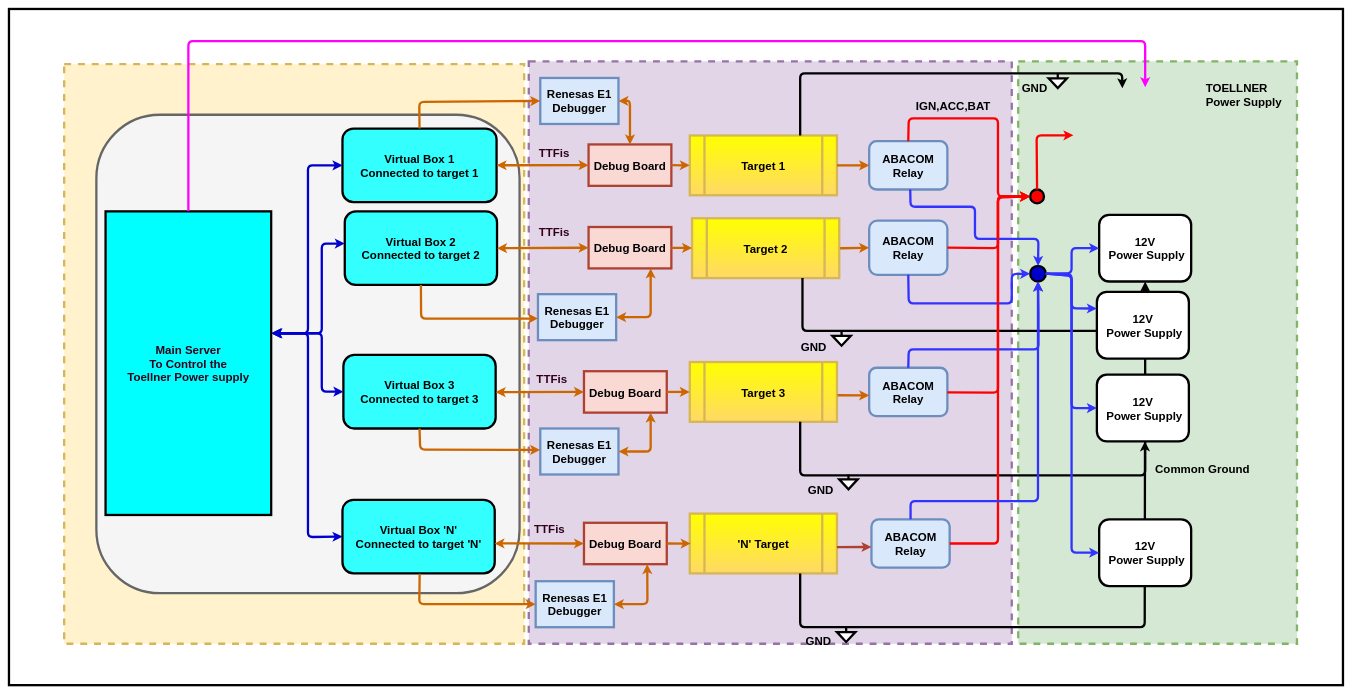
Before: Op Mul.drawio in OKISHORE/KISHORE, a draw.io diagram. Source tidied: cells renumbered, new cells numbered last; positions are measured from the earlier drawing's top-left corner, leaving out a move shared by most shapes. Both pictures are drawn from the tidied source at 46%, with x=0, y=0 at pixel (9, 9).
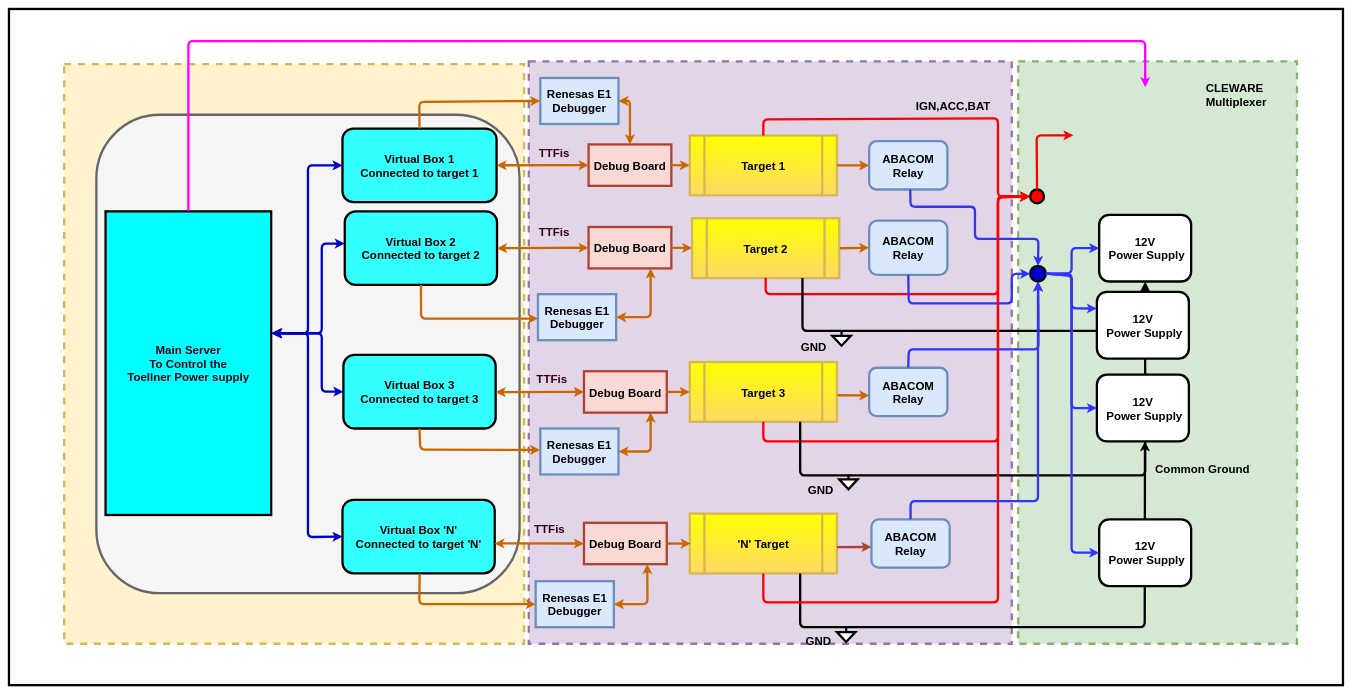
After the change.

Unchanged cells that the change refers to:
```xml
<mxCell id="9" value="&lt;font style=&quot;font-size: 25px&quot;&gt;Target 1&lt;br&gt;&lt;/font&gt;" style="shape=process;whiteSpace=wrap;html=1;backgroundOutline=1;strokeWidth=5;fontStyle=1;fillColor=#FFFF00;strokeColor=#d6b656;gradientColor=#ffd966;" parent="1" vertex="1">
  <mxGeometry x="1480" y="275" width="320" height="130" as="geometry" />
</mxCell>
<mxCell id="10" value="&lt;font style=&quot;font-size: 25px&quot;&gt;Target 2&lt;br&gt;&lt;/font&gt;" style="shape=process;whiteSpace=wrap;html=1;backgroundOutline=1;strokeWidth=5;fontStyle=1;fillColor=#FFFF00;strokeColor=#d6b656;gradientColor=#ffd966;" parent="1" vertex="1">
  <mxGeometry x="1485" y="455" width="320" height="130" as="geometry" />
</mxCell>
<mxCell id="15" value="&lt;div style=&quot;font-size: 25px&quot;&gt;&lt;font style=&quot;font-size: 25px&quot;&gt;ABACOM &lt;br&gt;&lt;/font&gt;&lt;/div&gt;&lt;div style=&quot;font-size: 25px&quot;&gt;&lt;font style=&quot;font-size: 25px&quot;&gt;Relay&lt;br&gt;&lt;/font&gt;&lt;/div&gt;" style="rounded=1;whiteSpace=wrap;html=1;strokeWidth=5;fontStyle=1;fillColor=#dae8fc;strokeColor=#6c8ebf;" parent="1" vertex="1">
  <mxGeometry x="1870" y="287.5" width="170" height="105" as="geometry" />
</mxCell>
<mxCell id="16" value="&lt;div style=&quot;font-size: 25px&quot;&gt;&lt;font style=&quot;font-size: 25px&quot;&gt;ABACOM &lt;br&gt;&lt;/font&gt;&lt;/div&gt;&lt;div style=&quot;font-size: 25px&quot;&gt;&lt;font style=&quot;font-size: 25px&quot;&gt;Relay&lt;br&gt;&lt;/font&gt;&lt;/div&gt;" style="rounded=1;whiteSpace=wrap;html=1;strokeWidth=5;fontStyle=1;fillColor=#dae8fc;strokeColor=#6c8ebf;" parent="1" vertex="1">
  <mxGeometry x="1870" y="460" width="170" height="118" as="geometry" />
</mxCell>
<mxCell id="39" value="&lt;font style=&quot;font-size: 25px&quot;&gt;Target 3&lt;br&gt;&lt;/font&gt;" style="shape=process;whiteSpace=wrap;html=1;backgroundOutline=1;strokeWidth=5;fontStyle=1;fillColor=#FFFF00;strokeColor=#d6b656;gradientColor=#ffd966;" parent="1" vertex="1">
  <mxGeometry x="1480" y="767.5" width="320" height="130" as="geometry" />
</mxCell>
<mxCell id="47" style="ellipse;whiteSpace=wrap;html=1;strokeWidth=5;fillColor=#FF0000;fontSize=25;fontColor=#33001A;fontStyle=1;" parent="1" vertex="1">
  <mxGeometry x="2220" y="392.5" width="30" height="30" as="geometry" />
</mxCell>
<mxCell id="60" value="&lt;font style=&quot;font-size: 25px&quot;&gt;'N' Target&lt;br&gt;&lt;/font&gt;" style="shape=process;whiteSpace=wrap;html=1;backgroundOutline=1;strokeWidth=5;fontStyle=1;fillColor=#FFFF00;strokeColor=#d6b656;gradientColor=#ffd966;" parent="1" vertex="1">
  <mxGeometry x="1480" y="1097" width="320" height="130" as="geometry" />
</mxCell>
<mxCell id="62" value="&lt;div style=&quot;font-size: 25px&quot;&gt;&lt;font style=&quot;font-size: 25px&quot;&gt;ABACOM &lt;br&gt;&lt;/font&gt;&lt;/div&gt;&lt;div style=&quot;font-size: 25px&quot;&gt;&lt;font style=&quot;font-size: 25px&quot;&gt;Relay&lt;br&gt;&lt;/font&gt;&lt;/div&gt;" style="rounded=1;whiteSpace=wrap;html=1;strokeWidth=5;fontStyle=1;fillColor=#dae8fc;strokeColor=#6c8ebf;" parent="1" vertex="1">
  <mxGeometry x="1875" y="1109.5" width="170" height="105" as="geometry" />
</mxCell>
```

The edit, as a diff of the source:
```diff
@@
-    <mxCell id="19" style="endArrow=classic;html=1;exitX=0.5;exitY=0;strokeWidth=5;fontStyle=1;strokeColor=#FF0000;entryX=0;entryY=0.5;" parent="1" edge="1" source="15" target="47">
+    <mxCell id="19" style="endArrow=classic;html=1;exitX=0.5;exitY=0;strokeWidth=5;fontStyle=1;strokeColor=#FF0000;entryX=0;entryY=0.5;exitDx=0;exitDy=0;" parent="1" edge="1" source="9" target="47">
       <mxGeometry relative="1" as="geometry">
         <Array as="points">
-          <mxPoint x="1956" y="238" />
+          <mxPoint x="1640" y="240" />
           <mxPoint x="2150" y="238" />
           <mxPoint x="2150" y="408" />
         </Array>
       </mxGeometry>
     </mxCell>
@@
-    <mxCell id="21" style="endArrow=classic;html=1;exitX=1;exitY=0.5;entryX=0;entryY=0.5;strokeWidth=5;fontStyle=1;strokeColor=#FF0000;" parent="1" edge="1" source="16" target="47">
+    <mxCell id="21" style="endArrow=classic;html=1;exitX=0.5;exitY=1;entryX=0;entryY=0.5;strokeWidth=5;fontStyle=1;strokeColor=#FF0000;exitDx=0;exitDy=0;" parent="1" edge="1" source="10" target="47">
       <mxGeometry relative="1" as="geometry">
         <Array as="points">
+          <mxPoint x="1645" y="620" />
+          <mxPoint x="2150" y="620" />
           <mxPoint x="2150" y="520" />
           <mxPoint x="2150" y="408" />
         </Array>
       </mxGeometry>
     </mxCell>
@@
-    <mxCell id="23" style="endArrow=classic;html=1;exitX=0.75;exitY=0;entryX=0.372;entryY=0.002;strokeWidth=5;fontStyle=1;entryPerimeter=0;" parent="1" edge="1" source="9">
-      <mxGeometry relative="1" as="geometry">
-        <mxPoint x="2420.4" y="172.4" as="targetPoint" />
-        <Array as="points">
-          <mxPoint x="1720" y="140" />
-          <mxPoint x="2420" y="140" />
-        </Array>
-      </mxGeometry>
-    </mxCell>
@@
-    <mxCell id="26" style="verticalLabelPosition=bottom;shadow=0;dashed=0;align=center;fillColor=#ffffff;html=1;verticalAlign=top;strokeWidth=5;shape=mxgraph.electrical.signal_sources.signal_ground;glass=0;comic=0;fontSize=50;fontStyle=1;" parent="1" vertex="1">
-      <mxGeometry x="2260" y="140" width="40" height="32" as="geometry" />
-    </mxCell>
@@
-    <mxCell id="28" value="&lt;span&gt;&lt;font style=&quot;font-size: 25px&quot; color=&quot;#00000&quot;&gt;GND&lt;/font&gt;&lt;/span&gt;" style="text;html=1;align=left;verticalAlign=top;spacingTop=-4;fontColor=#33001A;fontStyle=1;" parent="1" vertex="1">
-      <mxGeometry x="2200" y="154" width="70" height="20" as="geometry" />
-    </mxCell>
@@
-    <mxCell id="45" style="endArrow=classic;html=1;exitX=1;exitY=0.5;entryX=0;entryY=0.5;strokeWidth=5;fontStyle=1;strokeColor=#FF0000;" parent="1" edge="1" target="47">
+    <mxCell id="45" style="endArrow=classic;html=1;exitX=0.5;exitY=1;entryX=0;entryY=0.5;strokeWidth=5;fontStyle=1;strokeColor=#FF0000;exitDx=0;exitDy=0;" parent="1" edge="1" source="39" target="47">
       <mxGeometry relative="1" as="geometry">
-        <mxPoint x="2039.9" y="833.6" as="sourcePoint" />
         <Array as="points">
+          <mxPoint x="1640" y="940" />
+          <mxPoint x="2150" y="940" />
           <mxPoint x="2150" y="834" />
           <mxPoint x="2150" y="410" />
         </Array>
       </mxGeometry>
     </mxCell>
@@
-    <mxCell id="58" value="&lt;div&gt;&lt;span&gt;&lt;font style=&quot;font-size: 25px&quot;&gt;TOELLNER &lt;br&gt;&lt;/font&gt;&lt;/span&gt;&lt;/div&gt;&lt;div&gt;&lt;span&gt;&lt;font style=&quot;font-size: 25px&quot;&gt;Power Supply&lt;/font&gt;&lt;/span&gt;&lt;/div&gt;" style="text;html=1;fontStyle=1;" parent="1" vertex="1">
+    <mxCell id="58" value="&lt;div&gt;&lt;b&gt;&lt;font style=&quot;font-size: 25px&quot;&gt;CLEWARE&lt;br&gt;&lt;/font&gt;&lt;/b&gt;&lt;/div&gt;&lt;div&gt;&lt;b&gt;&lt;font style=&quot;font-size: 25px&quot;&gt;Multiplexer&lt;/font&gt;&lt;/b&gt;&lt;/div&gt;" style="text;html=1;fontStyle=1;" parent="1" vertex="1">
       <mxGeometry x="2600" y="150" width="180" height="110" as="geometry" />
     </mxCell>
@@
-    <mxCell id="74" style="endArrow=classic;html=1;exitX=1;exitY=0.5;entryX=0;entryY=0.5;strokeWidth=5;fontStyle=1;strokeColor=#FF0000;" parent="1" edge="1" source="62" target="47">
+    <mxCell id="74" style="endArrow=classic;html=1;exitX=0.5;exitY=1;entryX=0;entryY=0.5;strokeWidth=5;fontStyle=1;strokeColor=#FF0000;exitDx=0;exitDy=0;" parent="1" edge="1" source="60" target="47">
       <mxGeometry relative="1" as="geometry">
         <Array as="points">
+          <mxPoint x="1640" y="1290" />
+          <mxPoint x="2150" y="1290" />
           <mxPoint x="2150" y="1162" />
           <mxPoint x="2150" y="407" />
         </Array>
       </mxGeometry>
     </mxCell>
```
